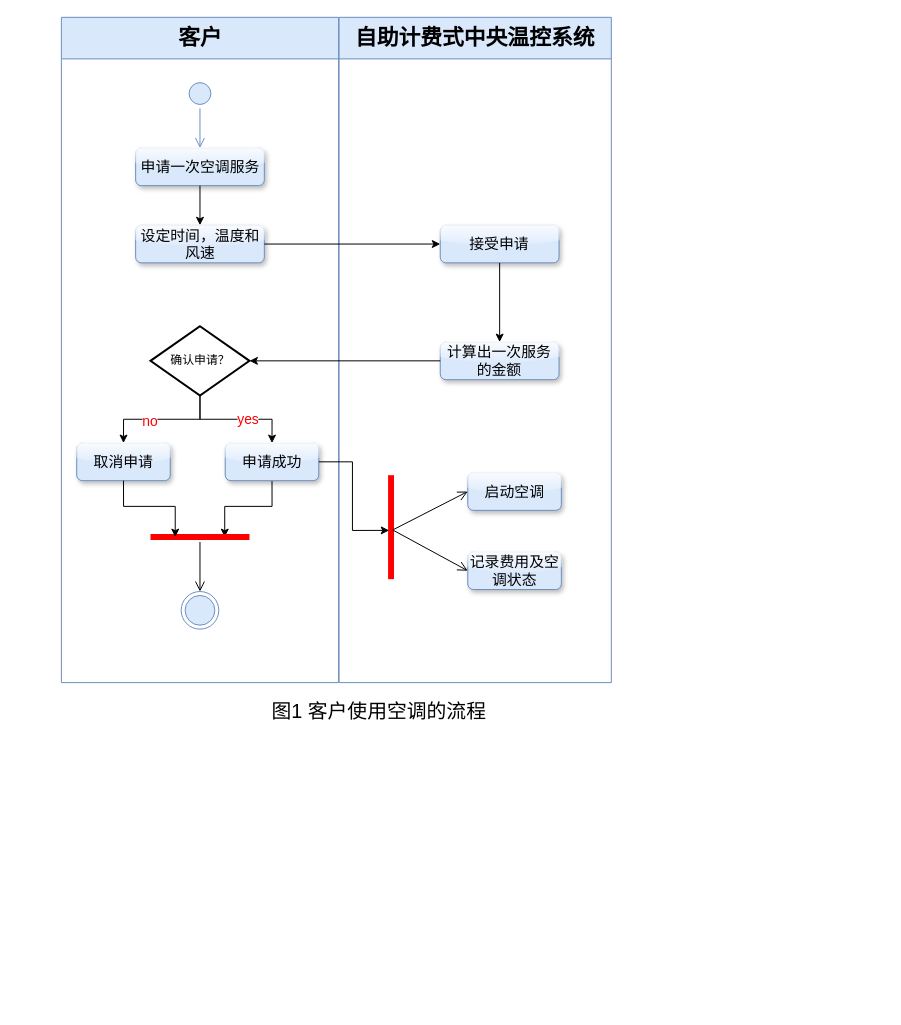
Above: page "Page-1" (1 of 3) of 软工绘图.drawio in RuspeciaNervld/DrawIO (draw.io), before the change. Source tidied: cells renumbered, new cells numbered last; positions are measured from the earlier drawing's top-left corner, leaving out a move shared by most shapes. Both pictures are drawn from the tidied source at 99%, with x=0, y=0 at pixel (60, 17).
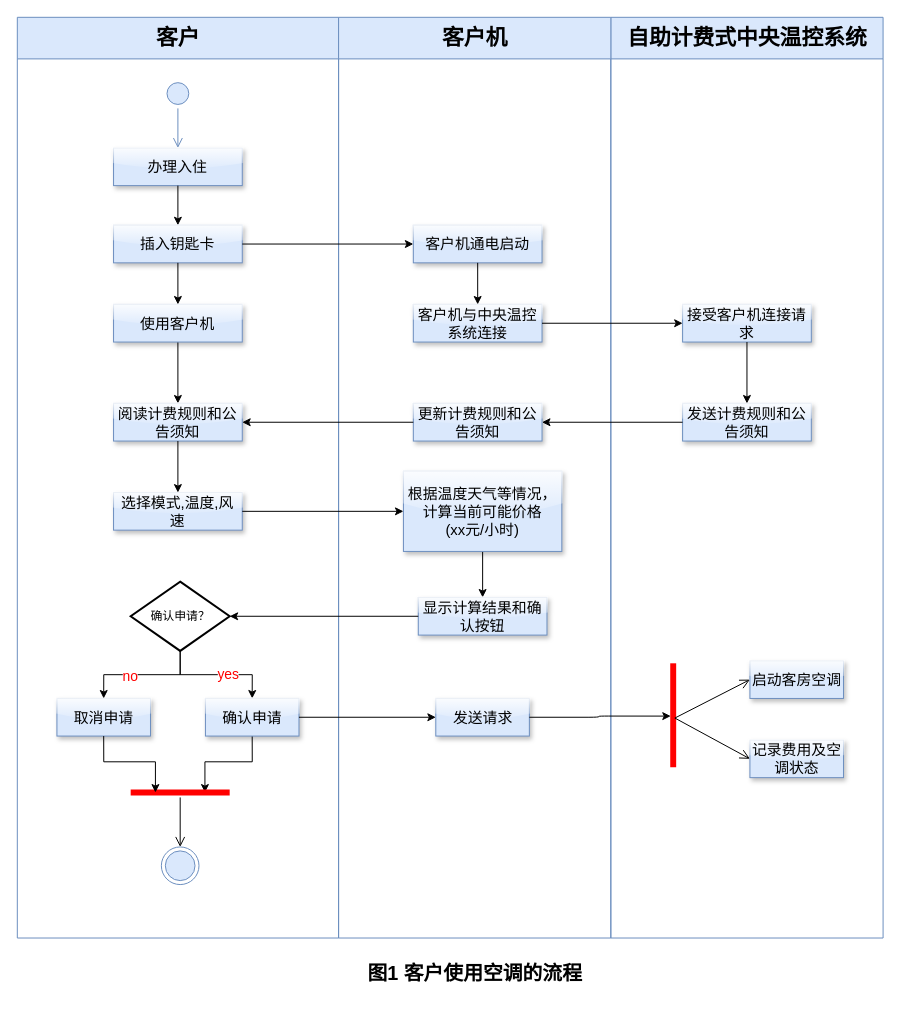
After the change.

The change refers to these unchanged cells:
```xml
<mxCell id="10" style="edgeStyle=orthogonalEdgeStyle;rounded=0;jettySize=auto;html=1;entryX=0.5;entryY=0;entryDx=0;entryDy=0;" parent="2" edge="1" source="12" target="13">
  <mxGeometry relative="1" as="geometry" />
</mxCell>
<mxCell id="17" style="edgeStyle=orthogonalEdgeStyle;rounded=0;jettySize=auto;html=1;entryX=0.5;entryY=0;entryDx=0;entryDy=0;exitX=0.5;exitY=1;exitDx=0;exitDy=0;exitPerimeter=0;" parent="2" edge="1" source="12" target="16">
  <mxGeometry relative="1" as="geometry" />
</mxCell>
```

The edit, as a diff of the source:
```diff
@@
-    <mxCell id="2" value="客户" style="swimlane;whiteSpace=wrap;startSize=42;spacing=2;fontSize=22;fillColor=#dae8fc;strokeColor=#6c8ebf;" parent="1" vertex="1">
-      <mxGeometry x="0.5" width="280" height="672" as="geometry" />
+    <mxCell id="2" value="客户" style="swimlane;whiteSpace=wrap;startSize=42;spacing=2;fontSize=22;fillColor=#dae8fc;strokeColor=#6c8ebf;rounded=0;" parent="1" vertex="1">
+      <mxGeometry x="-44" width="324.5" height="930" as="geometry" />
     </mxCell>
-    <mxCell id="3" style="ellipse;html=1;shape=startState;fillColor=#dae8fc;strokeColor=#6c8ebf;" parent="2" vertex="1">
-      <mxGeometry x="125" y="62" width="30" height="30" as="geometry" />
+    <mxCell id="3" style="ellipse;html=1;shape=startState;fillColor=#dae8fc;strokeColor=#6c8ebf;rounded=0;" parent="2" vertex="1">
+      <mxGeometry x="147.2" y="62" width="30" height="30" as="geometry" />
     </mxCell>
@@
-    <mxCell id="5" value="&lt;span style=&quot;font-size: 15px;&quot;&gt;申请一次空调服务&lt;/span&gt;" style="whiteSpace=wrap;html=1;fillColor=#dae8fc;strokeColor=#6c8ebf;rounded=1;fillStyle=auto;gradientColor=none;shadow=1;glass=1;" parent="2" vertex="1">
-      <mxGeometry x="75" y="132" width="130" height="38" as="geometry" />
+    <mxCell id="5" value="&lt;span style=&quot;font-size: 15px;&quot;&gt;办理入住&lt;/span&gt;" style="whiteSpace=wrap;html=1;fillColor=#dae8fc;strokeColor=#6c8ebf;rounded=0;fillStyle=auto;gradientColor=none;shadow=1;glass=1;" parent="2" vertex="1">
+      <mxGeometry x="97.2" y="132" width="130" height="38" as="geometry" />
     </mxCell>
+    <mxCell id="8" value="&lt;span style=&quot;font-size: 15px;&quot;&gt;插入钥匙卡&lt;/span&gt;" style="whiteSpace=wrap;html=1;fillColor=#dae8fc;strokeColor=#6c8ebf;rounded=0;fillStyle=auto;gradientColor=none;shadow=1;glass=1;" parent="2" vertex="1">
+      <mxGeometry x="97.2" y="210" width="130" height="38" as="geometry" />
+    </mxCell>
+    <mxCell id="9" style="edgeStyle=orthogonalEdgeStyle;rounded=0;jettySize=auto;html=1;" parent="2" edge="1" source="5" target="8">
+      <mxGeometry relative="1" as="geometry" />
+    </mxCell>
+    <mxCell id="33" style="edgeStyle=orthogonalEdgeStyle;jettySize=auto;html=1;entryX=0.5;entryY=0;entryDx=0;entryDy=0;rounded=0;" parent="2" edge="1" source="34" target="36">
+      <mxGeometry relative="1" as="geometry" />
+    </mxCell>
+    <mxCell id="34" value="&lt;span style=&quot;font-size: 15px;&quot;&gt;使用客户机&lt;/span&gt;" style="whiteSpace=wrap;html=1;fillColor=#dae8fc;strokeColor=#6c8ebf;rounded=0;fillStyle=auto;gradientColor=none;shadow=1;glass=1;" parent="2" vertex="1">
+      <mxGeometry x="97.2" y="290" width="130" height="38" as="geometry" />
+    </mxCell>
+    <mxCell id="35" style="edgeStyle=orthogonalEdgeStyle;jettySize=auto;html=1;rounded=0;" parent="2" edge="1" source="8" target="34">
+      <mxGeometry relative="1" as="geometry" />
+    </mxCell>
+    <mxCell id="36" value="&lt;span style=&quot;font-size: 15px;&quot;&gt;阅读计费规则和公告须知&lt;/span&gt;" style="whiteSpace=wrap;html=1;fillColor=#dae8fc;strokeColor=#6c8ebf;rounded=0;fillStyle=auto;gradientColor=none;shadow=1;glass=1;" parent="2" vertex="1">
+      <mxGeometry x="97.2" y="390" width="130" height="38" as="geometry" />
+    </mxCell>
+    <mxCell id="37" value="&lt;span style=&quot;font-size: 15px;&quot;&gt;选择模式,温度,风速&lt;/span&gt;" style="whiteSpace=wrap;html=1;fillColor=#dae8fc;strokeColor=#6c8ebf;rounded=0;fillStyle=auto;gradientColor=none;shadow=1;glass=1;" parent="2" vertex="1">
+      <mxGeometry x="97.2" y="480" width="130" height="38" as="geometry" />
+    </mxCell>
+    <mxCell id="38" style="edgeStyle=orthogonalEdgeStyle;jettySize=auto;html=1;rounded=0;" parent="2" edge="1" source="36" target="37">
+      <mxGeometry relative="1" as="geometry" />
+    </mxCell>
-    <mxCell id="6" style="ellipse;html=1;shape=endState;fillColor=#dae8fc;strokeColor=#6c8ebf;direction=south;" parent="2" vertex="1">
-      <mxGeometry x="121" y="580" width="38" height="38" as="geometry" />
+    <mxCell id="6" style="ellipse;html=1;shape=endState;fillColor=#dae8fc;strokeColor=#6c8ebf;direction=south;rounded=0;" parent="2" vertex="1">
+      <mxGeometry x="145.5" y="838" width="38" height="38" as="geometry" />
     </mxCell>
@@
-    <mxCell id="8" value="&lt;span style=&quot;font-size: 15px;&quot;&gt;设定时间，温度和风速&lt;/span&gt;" style="whiteSpace=wrap;html=1;fillColor=#dae8fc;strokeColor=#6c8ebf;rounded=1;fillStyle=auto;gradientColor=none;shadow=1;glass=1;" parent="2" vertex="1">
-      <mxGeometry x="75" y="210" width="130" height="38" as="geometry" />
-    </mxCell>
-    <mxCell id="9" style="edgeStyle=orthogonalEdgeStyle;rounded=0;jettySize=auto;html=1;" parent="2" edge="1" source="5" target="8">
-      <mxGeometry relative="1" as="geometry" />
-    </mxCell>
@@
-    <mxCell id="11" value="&lt;font color=&quot;#ff0000&quot; style=&quot;font-size: 14px;&quot;&gt;yes&lt;/font&gt;" style="edgeLabel;html=1;align=center;verticalAlign=middle;" parent="10" vertex="1">
+    <mxCell id="11" value="&lt;font color=&quot;#ff0000&quot; style=&quot;font-size: 14px;&quot;&gt;yes&lt;/font&gt;" style="edgeLabel;html=1;align=center;verticalAlign=middle;rounded=0;" parent="10" vertex="1">
       <mxGeometry x="0.2" y="1" relative="1" as="geometry" />
     </mxCell>
-    <mxCell id="12" value="确认申请？" style="strokeWidth=2;html=1;shape=mxgraph.flowchart.decision;whiteSpace=wrap;" parent="2" vertex="1">
-      <mxGeometry x="90" y="312" width="100" height="70" as="geometry" />
+    <mxCell id="12" value="确认申请？" style="strokeWidth=2;html=1;shape=mxgraph.flowchart.decision;whiteSpace=wrap;rounded=0;" parent="2" vertex="1">
+      <mxGeometry x="114.5" y="570" width="100" height="70" as="geometry" />
     </mxCell>
-    <mxCell id="13" value="&lt;span style=&quot;font-size: 15px;&quot;&gt;申请成功&lt;/span&gt;" style="whiteSpace=wrap;html=1;fillColor=#dae8fc;strokeColor=#6c8ebf;rounded=1;fillStyle=auto;gradientColor=none;shadow=1;glass=1;" parent="2" vertex="1">
-      <mxGeometry x="165.5" y="430" width="94.5" height="38" as="geometry" />
+    <mxCell id="13" value="&lt;span style=&quot;font-size: 15px;&quot;&gt;确认申请&lt;/span&gt;" style="whiteSpace=wrap;html=1;fillColor=#dae8fc;strokeColor=#6c8ebf;rounded=0;fillStyle=auto;gradientColor=none;shadow=1;glass=1;" parent="2" vertex="1">
+      <mxGeometry x="190" y="688" width="94.5" height="38" as="geometry" />
     </mxCell>
-    <mxCell id="14" style="shape=line;html=1;strokeWidth=6;strokeColor=#ff0000;" parent="2" vertex="1">
-      <mxGeometry x="90" y="520" width="100" height="10" as="geometry" />
+    <mxCell id="14" style="shape=line;html=1;strokeWidth=6;strokeColor=#ff0000;rounded=0;" parent="2" vertex="1">
+      <mxGeometry x="114.5" y="778" width="100" height="10" as="geometry" />
     </mxCell>
@@
-    <mxCell id="16" value="&lt;span style=&quot;font-size: 15px;&quot;&gt;取消申请&lt;/span&gt;" style="whiteSpace=wrap;html=1;fillColor=#dae8fc;strokeColor=#6c8ebf;rounded=1;fillStyle=auto;gradientColor=none;shadow=1;glass=1;" parent="2" vertex="1">
-      <mxGeometry x="15.5" y="430" width="94.5" height="38" as="geometry" />
+    <mxCell id="16" value="&lt;span style=&quot;font-size: 15px;&quot;&gt;取消申请&lt;/span&gt;" style="whiteSpace=wrap;html=1;fillColor=#dae8fc;strokeColor=#6c8ebf;rounded=0;fillStyle=auto;gradientColor=none;shadow=1;glass=1;" parent="2" vertex="1">
+      <mxGeometry x="40" y="688" width="94.5" height="38" as="geometry" />
     </mxCell>
@@
-    <mxCell id="18" value="&lt;font color=&quot;#ff0000&quot; style=&quot;font-size: 14px;&quot;&gt;no&lt;/font&gt;" style="edgeLabel;html=1;align=center;verticalAlign=middle;" parent="17" vertex="1">
+    <mxCell id="18" value="&lt;font color=&quot;#ff0000&quot; style=&quot;font-size: 14px;&quot;&gt;no&lt;/font&gt;" style="edgeLabel;html=1;align=center;verticalAlign=middle;rounded=0;" parent="17" vertex="1">
       <mxGeometry x="0.2" y="1" relative="1" as="geometry" />
     </mxCell>
@@
-    <mxCell id="20" value="自助计费式中央温控系统" style="swimlane;whiteSpace=wrap;startSize=42;spacing=2;fontSize=22;fillColor=#dae8fc;strokeColor=#6c8ebf;" parent="1" vertex="1">
-      <mxGeometry x="281" width="275" height="672" as="geometry" />
+    <mxCell id="20" value="自助计费式中央温控系统" style="swimlane;whiteSpace=wrap;startSize=42;spacing=2;fontSize=22;fillColor=#dae8fc;strokeColor=#6c8ebf;rounded=0;" parent="1" vertex="1">
+      <mxGeometry x="555.5" width="275" height="930" as="geometry" />
     </mxCell>
+    <mxCell id="39" value="&lt;span style=&quot;font-size: 15px;&quot;&gt;接受客户机连接请求&lt;/span&gt;" style="whiteSpace=wrap;html=1;fillColor=#dae8fc;strokeColor=#6c8ebf;rounded=0;fillStyle=auto;gradientColor=none;shadow=1;glass=1;" parent="20" vertex="1">
+      <mxGeometry x="72.5" y="290" width="130" height="38" as="geometry" />
+    </mxCell>
+    <mxCell id="40" value="&lt;span style=&quot;font-size: 15px;&quot;&gt;发送计费规则和公告须知&lt;/span&gt;" style="whiteSpace=wrap;html=1;fillColor=#dae8fc;strokeColor=#6c8ebf;rounded=0;fillStyle=auto;gradientColor=none;shadow=1;glass=1;" parent="20" vertex="1">
+      <mxGeometry x="72.5" y="390" width="130" height="38" as="geometry" />
+    </mxCell>
+    <mxCell id="41" style="edgeStyle=orthogonalEdgeStyle;jettySize=auto;html=1;rounded=0;" parent="20" edge="1" source="39" target="40">
+      <mxGeometry relative="1" as="geometry" />
+    </mxCell>
-    <mxCell id="21" value="&lt;span style=&quot;font-size: 15px;&quot;&gt;启动空调&lt;/span&gt;" style="whiteSpace=wrap;html=1;fillColor=#dae8fc;strokeColor=#6c8ebf;rounded=1;fillStyle=auto;gradientColor=none;shadow=1;glass=1;" parent="20" vertex="1">
-      <mxGeometry x="130" y="460" width="94.5" height="38" as="geometry" />
+    <mxCell id="21" value="&lt;span style=&quot;font-size: 15px;&quot;&gt;启动客房空调&lt;/span&gt;" style="whiteSpace=wrap;html=1;fillColor=#dae8fc;strokeColor=#6c8ebf;rounded=0;fillStyle=auto;gradientColor=none;shadow=1;glass=1;" parent="20" vertex="1">
+      <mxGeometry x="140.5" y="650" width="94.5" height="38" as="geometry" />
     </mxCell>
-    <mxCell id="22" style="shape=line;html=1;strokeWidth=6;strokeColor=#ff0000;rotation=-90;" parent="20" vertex="1">
-      <mxGeometry y="510" width="105" height="10" as="geometry" />
+    <mxCell id="22" style="shape=line;html=1;strokeWidth=6;strokeColor=#ff0000;rotation=-90;rounded=0;" parent="20" vertex="1">
+      <mxGeometry x="10.5" y="700" width="105" height="10" as="geometry" />
     </mxCell>
@@
-    <mxCell id="25" value="&lt;span style=&quot;font-size: 15px;&quot;&gt;记录费用及空调状态&lt;/span&gt;" style="whiteSpace=wrap;html=1;fillColor=#dae8fc;strokeColor=#6c8ebf;rounded=1;fillStyle=auto;gradientColor=none;shadow=1;glass=1;" parent="20" vertex="1">
-      <mxGeometry x="130" y="540" width="94.5" height="38" as="geometry" />
+    <mxCell id="25" value="&lt;span style=&quot;font-size: 15px;&quot;&gt;记录费用及空调状态&lt;/span&gt;" style="whiteSpace=wrap;html=1;fillColor=#dae8fc;strokeColor=#6c8ebf;rounded=0;fillStyle=auto;gradientColor=none;shadow=1;glass=1;" parent="20" vertex="1">
+      <mxGeometry x="140.5" y="730" width="94.5" height="38" as="geometry" />
     </mxCell>
-    <mxCell id="26" value="&lt;span style=&quot;font-size: 15px;&quot;&gt;接受申请&lt;/span&gt;" style="whiteSpace=wrap;html=1;fillColor=#dae8fc;strokeColor=#6c8ebf;rounded=1;fillStyle=auto;gradientColor=none;shadow=1;glass=1;" parent="20" vertex="1">
-      <mxGeometry x="102.2" y="210" width="120" height="38" as="geometry" />
-    </mxCell>
-    <mxCell id="27" value="&lt;span style=&quot;font-size: 15px;&quot;&gt;计算出一次服务的金额&lt;/span&gt;" style="whiteSpace=wrap;html=1;fillColor=#dae8fc;strokeColor=#6c8ebf;rounded=1;fillStyle=auto;gradientColor=none;shadow=1;glass=1;" parent="20" vertex="1">
-      <mxGeometry x="102.2" y="328" width="120" height="38" as="geometry" />
-    </mxCell>
-    <mxCell id="28" style="edgeStyle=orthogonalEdgeStyle;rounded=0;jettySize=auto;html=1;" parent="20" edge="1" source="26" target="27">
-      <mxGeometry relative="1" as="geometry" />
-    </mxCell>
-    <mxCell id="29" value="&lt;span&gt;&lt;font style=&quot;font-size: 20px;&quot;&gt;图1 客户使用空调的流程&lt;/font&gt;&lt;/span&gt;" style="text;html=1;align=center;verticalAlign=middle;strokeColor=none;fillColor=none;" parent="1" vertex="1">
-      <mxGeometry x="201" y="680" width="240" height="40" as="geometry" />
+    <mxCell id="29" value="&lt;h1&gt;&lt;span&gt;&lt;font style=&quot;font-size: 20px;&quot;&gt;图1 客户使用空调的流程&lt;/font&gt;&lt;/span&gt;&lt;/h1&gt;" style="text;html=1;align=center;verticalAlign=middle;strokeColor=none;fillColor=none;rounded=0;" parent="1" vertex="1">
+      <mxGeometry x="298" y="930" width="240" height="70" as="geometry" />
     </mxCell>
-    <mxCell id="30" style="edgeStyle=orthogonalEdgeStyle;rounded=1;jettySize=auto;html=1;entryX=0;entryY=0.5;entryDx=0;entryDy=0;curved=0;" parent="1" edge="1" source="8" target="26">
-      <mxGeometry relative="1" as="geometry" />
-    </mxCell>
-    <mxCell id="31" style="edgeStyle=orthogonalEdgeStyle;rounded=0;jettySize=auto;html=1;entryX=1;entryY=0.5;entryDx=0;entryDy=0;entryPerimeter=0;" parent="1" edge="1" source="27" target="12">
-      <mxGeometry relative="1" as="geometry" />
-    </mxCell>
-    <mxCell id="32" style="edgeStyle=orthogonalEdgeStyle;rounded=0;jettySize=auto;html=1;entryX=0.469;entryY=0.311;entryDx=0;entryDy=0;entryPerimeter=0;" parent="1" edge="1" source="13" target="22">
-      <mxGeometry relative="1" as="geometry" />
-    </mxCell>
+    <mxCell id="42" value="客户机" style="swimlane;whiteSpace=wrap;startSize=42;spacing=2;fontSize=22;fillColor=#dae8fc;strokeColor=#6c8ebf;rounded=0;" parent="1" vertex="1">
+      <mxGeometry x="280.5" width="275" height="930" as="geometry" />
+    </mxCell>
+    <mxCell id="43" value="&lt;span style=&quot;font-size: 15px;&quot;&gt;客户机通电启动&lt;/span&gt;" style="whiteSpace=wrap;html=1;fillColor=#dae8fc;strokeColor=#6c8ebf;rounded=0;fillStyle=auto;gradientColor=none;shadow=1;glass=1;" parent="42" vertex="1">
+      <mxGeometry x="75.5" y="210" width="130" height="38" as="geometry" />
+    </mxCell>
+    <mxCell id="44" value="&lt;span style=&quot;font-size: 15px;&quot;&gt;客户机与中央温控系统连接&lt;/span&gt;" style="whiteSpace=wrap;html=1;fillColor=#dae8fc;strokeColor=#6c8ebf;rounded=0;fillStyle=auto;gradientColor=none;shadow=1;glass=1;" parent="42" vertex="1">
+      <mxGeometry x="75.5" y="290" width="130" height="38" as="geometry" />
+    </mxCell>
+    <mxCell id="45" style="edgeStyle=orthogonalEdgeStyle;jettySize=auto;html=1;rounded=0;" parent="42" edge="1" source="43" target="44">
+      <mxGeometry relative="1" as="geometry" />
+    </mxCell>
+    <mxCell id="46" value="&lt;span style=&quot;font-size: 15px;&quot;&gt;更新计费规则和公告须知&lt;/span&gt;" style="whiteSpace=wrap;html=1;fillColor=#dae8fc;strokeColor=#6c8ebf;rounded=0;fillStyle=auto;gradientColor=none;shadow=1;glass=1;" parent="42" vertex="1">
+      <mxGeometry x="75.5" y="390" width="130" height="38" as="geometry" />
+    </mxCell>
+    <mxCell id="47" style="edgeStyle=orthogonalEdgeStyle;jettySize=auto;html=1;" parent="42" edge="1" source="48" target="49">
+      <mxGeometry relative="1" as="geometry" />
+    </mxCell>
+    <mxCell id="48" value="&lt;span style=&quot;font-size: 15px;&quot;&gt;根据温度天气等情况，计算当前可能价格&lt;/span&gt;&lt;div&gt;&lt;span style=&quot;font-size: 15px;&quot;&gt;(xx元/小时)&lt;/span&gt;&lt;/div&gt;" style="whiteSpace=wrap;html=1;fillColor=#dae8fc;strokeColor=#6c8ebf;rounded=0;fillStyle=auto;gradientColor=none;shadow=1;glass=1;" parent="42" vertex="1">
+      <mxGeometry x="65.5" y="458.5" width="160" height="81" as="geometry" />
+    </mxCell>
+    <mxCell id="49" value="&lt;span style=&quot;font-size: 15px;&quot;&gt;显示计算结果和确认按钮&lt;/span&gt;" style="whiteSpace=wrap;html=1;fillColor=#dae8fc;strokeColor=#6c8ebf;rounded=0;fillStyle=auto;gradientColor=none;shadow=1;glass=1;" parent="42" vertex="1">
+      <mxGeometry x="80.5" y="586" width="130" height="38" as="geometry" />
+    </mxCell>
+    <mxCell id="50" value="&lt;span style=&quot;font-size: 15px;&quot;&gt;发送请求&lt;/span&gt;" style="whiteSpace=wrap;html=1;fillColor=#dae8fc;strokeColor=#6c8ebf;rounded=0;fillStyle=auto;gradientColor=none;shadow=1;glass=1;" parent="42" vertex="1">
+      <mxGeometry x="98.2" y="688" width="94.5" height="38" as="geometry" />
+    </mxCell>
+    <mxCell id="51" style="edgeStyle=orthogonalEdgeStyle;jettySize=auto;html=1;rounded=0;" parent="1" edge="1" source="8" target="43">
+      <mxGeometry relative="1" as="geometry" />
+    </mxCell>
+    <mxCell id="52" style="edgeStyle=orthogonalEdgeStyle;jettySize=auto;html=1;rounded=0;" parent="1" edge="1" source="44" target="39">
+      <mxGeometry relative="1" as="geometry" />
+    </mxCell>
+    <mxCell id="53" style="edgeStyle=orthogonalEdgeStyle;jettySize=auto;html=1;rounded=0;" parent="1" edge="1" source="40" target="46">
+      <mxGeometry relative="1" as="geometry" />
+    </mxCell>
+    <mxCell id="54" style="edgeStyle=orthogonalEdgeStyle;jettySize=auto;html=1;rounded=0;" parent="1" edge="1" source="46" target="36">
+      <mxGeometry relative="1" as="geometry" />
+    </mxCell>
+    <mxCell id="55" style="edgeStyle=orthogonalEdgeStyle;jettySize=auto;html=1;rounded=0;" parent="1" edge="1" source="37" target="48">
+      <mxGeometry relative="1" as="geometry" />
+    </mxCell>
+    <mxCell id="56" style="edgeStyle=orthogonalEdgeStyle;jettySize=auto;html=1;entryX=1;entryY=0.5;entryDx=0;entryDy=0;entryPerimeter=0;" parent="1" edge="1" source="49" target="12">
+      <mxGeometry relative="1" as="geometry" />
+    </mxCell>
+    <mxCell id="57" style="edgeStyle=orthogonalEdgeStyle;jettySize=auto;html=1;" parent="1" edge="1" source="13" target="50">
+      <mxGeometry relative="1" as="geometry" />
+    </mxCell>
+    <mxCell id="58" style="edgeStyle=orthogonalEdgeStyle;jettySize=auto;html=1;entryX=0.492;entryY=0.25;entryDx=0;entryDy=0;entryPerimeter=0;" parent="1" edge="1" source="50" target="22">
+      <mxGeometry relative="1" as="geometry" />
+    </mxCell>
```
